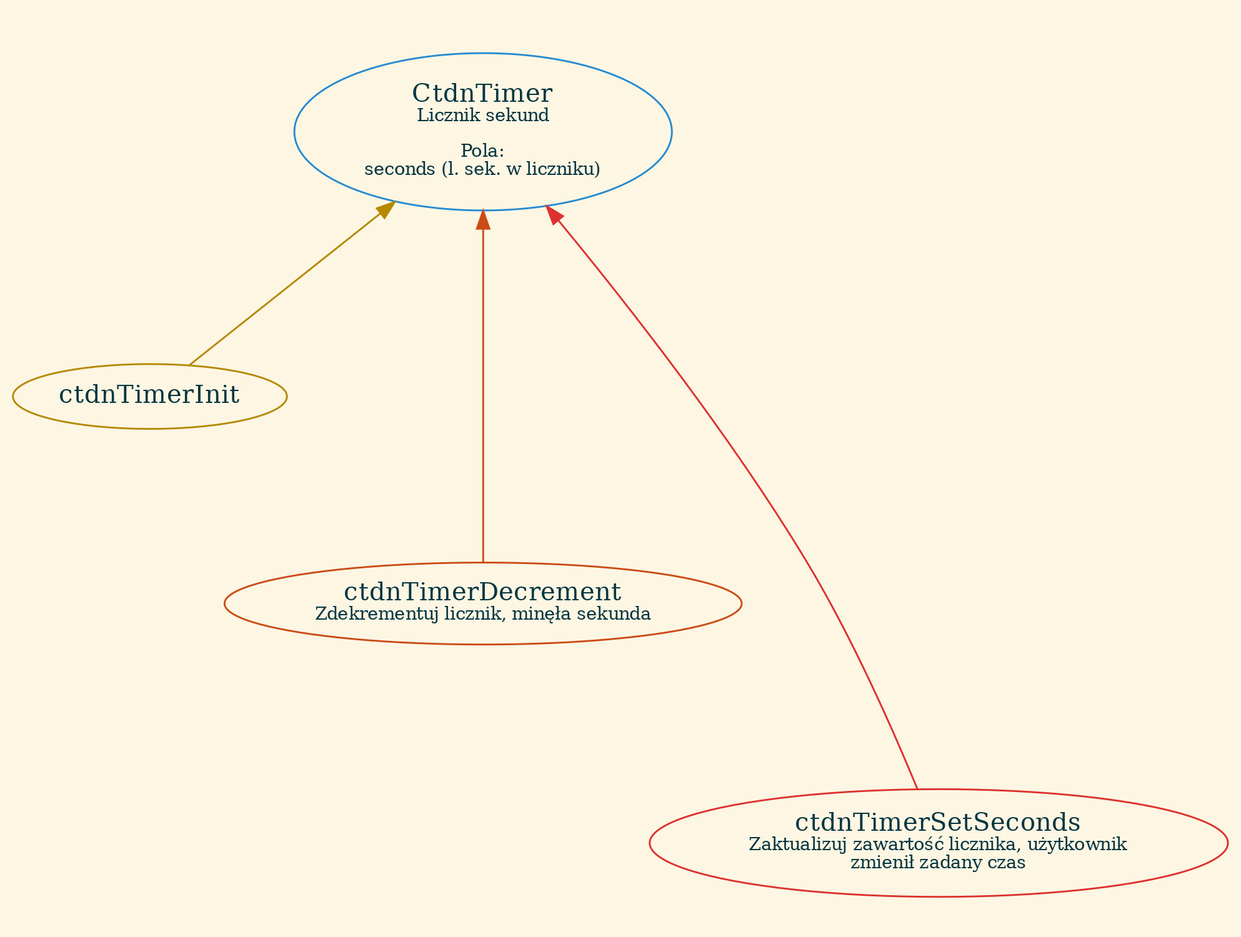
The Graphviz diagram z4/assets/g_ctdntimer.png in dgruszcz/pw-eiti-tm, before a commit. Its source is kept beside it as z4/assets/g_ctdntimer.dot.
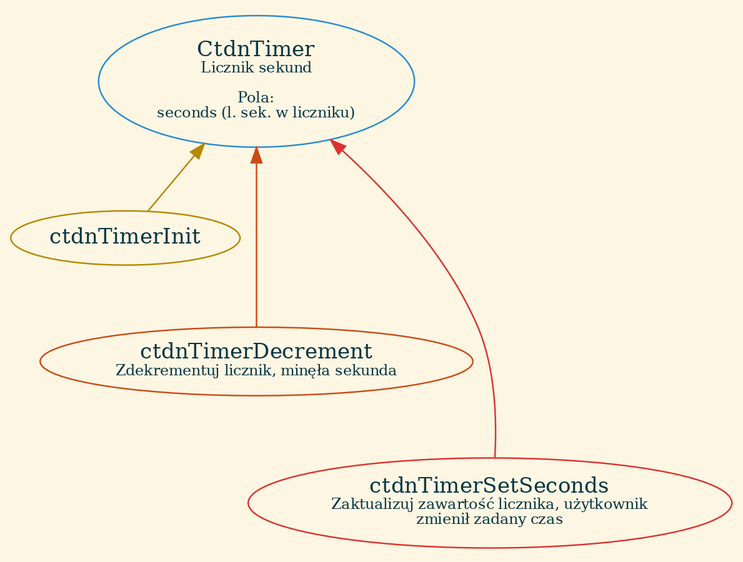
After the change.

The edit, as a diff of the source:
```diff
@@ -1,7 +1,7 @@
 digraph {
     ratio="fill";
     size="4,3!";
-    graph [pad="0.1", nodesep="1", bgcolor="#fdf6e3"]
+    graph [pad="0.1", nodesep="0.1", bgcolor="#fdf6e3"]
     node [color="#002b36", fontcolor="#073642"]
     edge [fontsize="10"]
 
```
